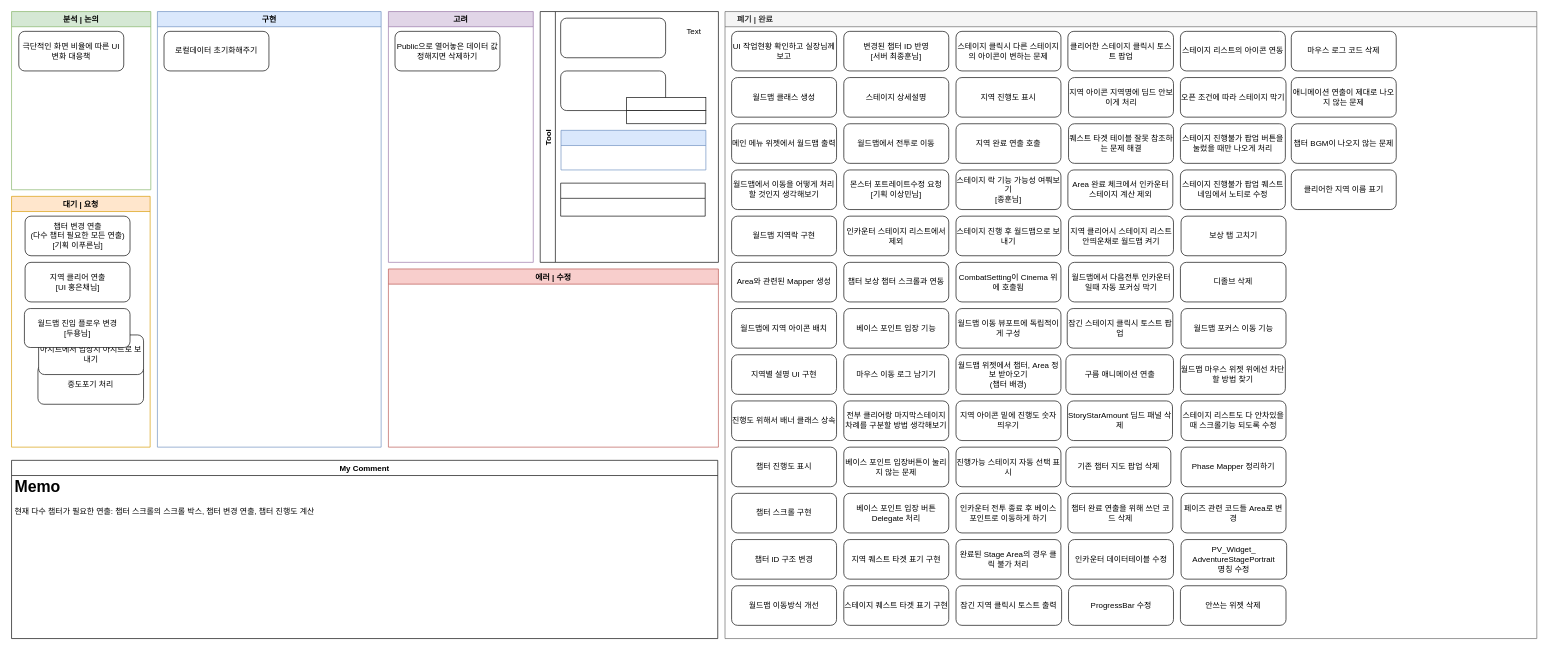
This is 월드맵 시스템 진행상황.drawio from Endorr/Job-Board, a draw.io file, before an edit. Source tidied: cells renumbered, new cells numbered last; positions are measured from the earlier drawing's top-left corner, leaving out a move shared by most shapes. Both pictures are drawn from the tidied source at 66%, with x=0, y=0 at pixel (11, 11).
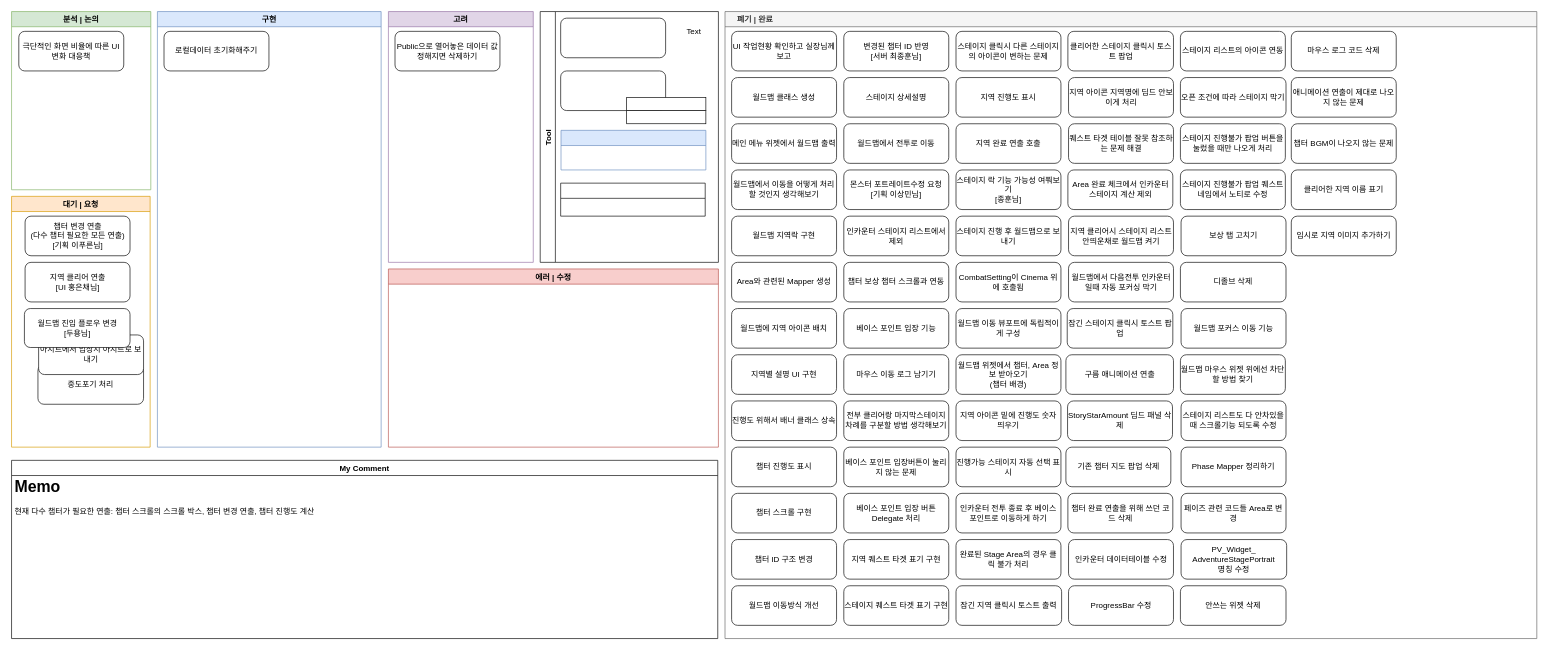
Above is the later version.

Commit message:
Update 월드맵 시스템 진행상황.drawio

Unchanged cells that the change refers to:
```xml
<mxCell id="13" value="     폐기 | 완료" style="swimlane;strokeColor=#666666;fillColor=#f5f5f5;fontColor=#333333;align=left;" parent="1" vertex="1">
  <mxGeometry x="1081" width="1230" height="950" as="geometry" />
</mxCell>
```

Change to the diagram source:
```diff
@@
+    <mxCell id="96" value="임시로 지역 이미지 추가하기" style="rounded=1;whiteSpace=wrap;html=1;" parent="13" vertex="1">
+      <mxGeometry x="858" y="310" width="159" height="60" as="geometry" />
+    </mxCell>
```
